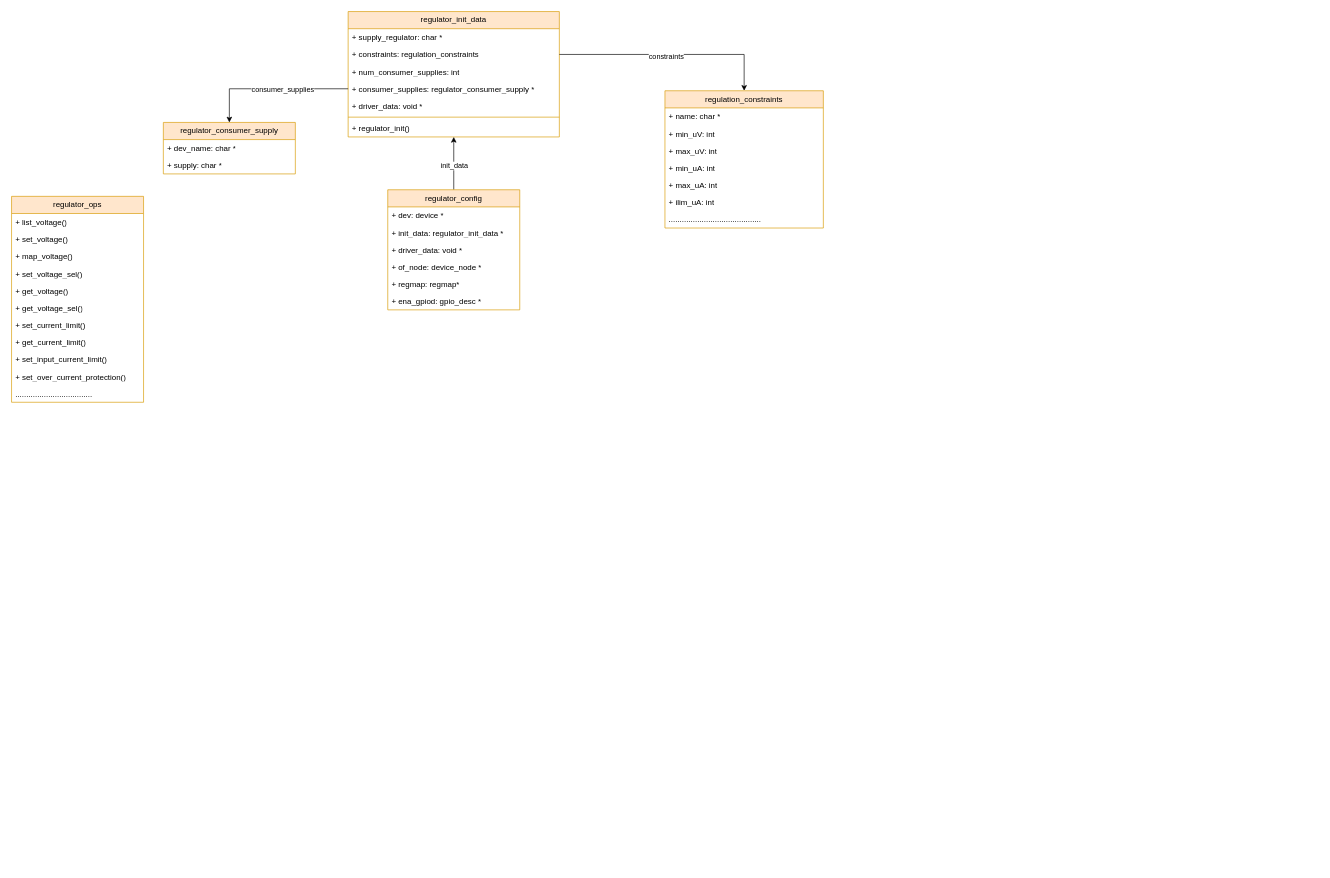
This is Regulator.drawio from Kaling1203/Diagram, a draw.io file, before an edit. Source tidied: cells renumbered, new cells numbered last; positions are measured from the earlier drawing's top-left corner, leaving out a move shared by most shapes. Both pictures are drawn from the tidied source at 66%, with x=0, y=0 at pixel (11, 11).
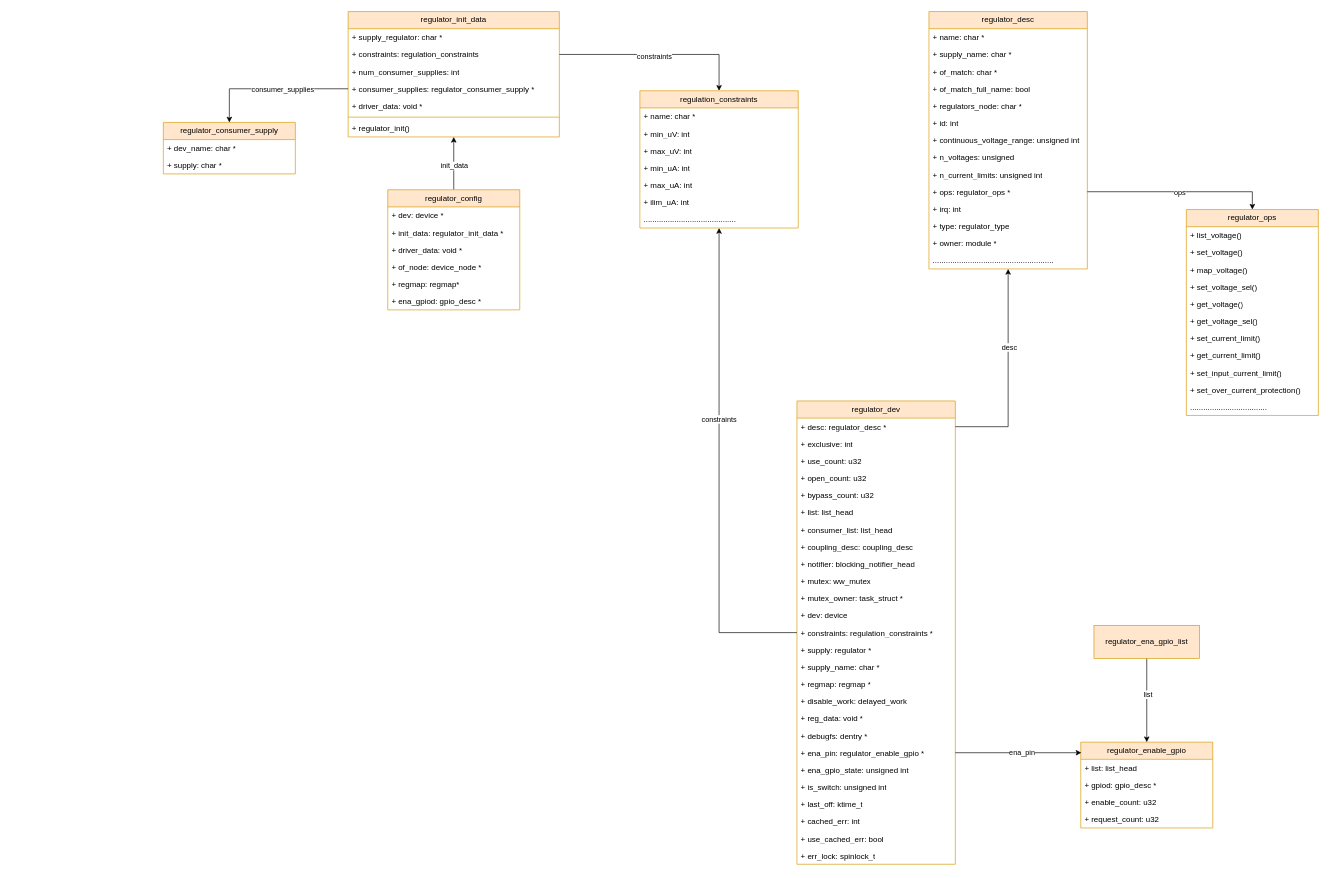
Above is the later version.

What changed in the source:
```diff
@@
     <mxCell id="15" value="regulation_constraints" style="swimlane;fontStyle=0;horizontal=1;startSize=26;fillColor=#ffe6cc;whiteSpace=wrap;html=1;strokeColor=#d79b00;" parent="1" vertex="1">
-      <mxGeometry x="990" y="120" width="240" height="208" as="geometry" />
+      <mxGeometry x="952" y="120" width="240" height="208" as="geometry" />
     </mxCell>
@@
     <mxCell id="25" value="regulator_ops" style="swimlane;fontStyle=0;horizontal=1;startSize=26;fillColor=#ffe6cc;whiteSpace=wrap;html=1;strokeColor=#d79b00;" parent="1" vertex="1">
-      <mxGeometry y="280" width="200" height="312" as="geometry" />
+      <mxGeometry x="1780" y="300" width="200" height="312" as="geometry" />
     </mxCell>
@@
+    <mxCell id="46" value="regulator_desc" style="swimlane;fontStyle=0;horizontal=1;startSize=26;fillColor=#ffe6cc;whiteSpace=wrap;html=1;strokeColor=#d79b00;" parent="1" vertex="1">
+      <mxGeometry x="1390" width="240" height="390" as="geometry" />
+    </mxCell>
+    <mxCell id="47" value="+ name: char *" style="text;strokeColor=none;fillColor=none;align=left;verticalAlign=top;spacingLeft=4;spacingRight=4;overflow=hidden;whiteSpace=wrap;html=1;" parent="46" vertex="1">
+      <mxGeometry y="26" width="240" height="26" as="geometry" />
+    </mxCell>
+    <mxCell id="48" value="+&amp;nbsp;supply_name: char *" style="text;strokeColor=none;fillColor=none;align=left;verticalAlign=top;spacingLeft=4;spacingRight=4;overflow=hidden;whiteSpace=wrap;html=1;" parent="46" vertex="1">
+      <mxGeometry y="52" width="240" height="26" as="geometry" />
+    </mxCell>
+    <mxCell id="49" value="+&amp;nbsp;of_match: char *" style="text;strokeColor=none;fillColor=none;align=left;verticalAlign=top;spacingLeft=4;spacingRight=4;overflow=hidden;whiteSpace=wrap;html=1;" parent="46" vertex="1">
+      <mxGeometry y="78" width="240" height="26" as="geometry" />
+    </mxCell>
+    <mxCell id="50" value="+&amp;nbsp;of_match_full_name: bool" style="text;strokeColor=none;fillColor=none;align=left;verticalAlign=top;spacingLeft=4;spacingRight=4;overflow=hidden;whiteSpace=wrap;html=1;" parent="46" vertex="1">
+      <mxGeometry y="104" width="240" height="26" as="geometry" />
+    </mxCell>
+    <mxCell id="51" value="+&amp;nbsp;regulators_node: char *" style="text;strokeColor=none;fillColor=none;align=left;verticalAlign=top;spacingLeft=4;spacingRight=4;overflow=hidden;whiteSpace=wrap;html=1;" parent="46" vertex="1">
+      <mxGeometry y="130" width="240" height="26" as="geometry" />
+    </mxCell>
+    <mxCell id="52" value="+ id: int" style="text;strokeColor=none;fillColor=none;align=left;verticalAlign=top;spacingLeft=4;spacingRight=4;overflow=hidden;whiteSpace=wrap;html=1;" parent="46" vertex="1">
+      <mxGeometry y="156" width="240" height="26" as="geometry" />
+    </mxCell>
+    <mxCell id="53" value="+&amp;nbsp;continuous_voltage_range: unsigned int" style="text;strokeColor=none;fillColor=none;align=left;verticalAlign=top;spacingLeft=4;spacingRight=4;overflow=hidden;whiteSpace=wrap;html=1;" parent="46" vertex="1">
+      <mxGeometry y="182" width="240" height="26" as="geometry" />
+    </mxCell>
+    <mxCell id="54" value="+&amp;nbsp;n_voltages:&amp;nbsp;unsigned" style="text;strokeColor=none;fillColor=none;align=left;verticalAlign=top;spacingLeft=4;spacingRight=4;overflow=hidden;whiteSpace=wrap;html=1;" parent="46" vertex="1">
+      <mxGeometry y="208" width="240" height="26" as="geometry" />
+    </mxCell>
+    <mxCell id="55" value="+&amp;nbsp;n_current_limits: unsigned int" style="text;strokeColor=none;fillColor=none;align=left;verticalAlign=top;spacingLeft=4;spacingRight=4;overflow=hidden;whiteSpace=wrap;html=1;" parent="46" vertex="1">
+      <mxGeometry y="234" width="240" height="26" as="geometry" />
+    </mxCell>
+    <mxCell id="56" value="+&amp;nbsp;ops:&amp;nbsp;regulator_ops *" style="text;strokeColor=none;fillColor=none;align=left;verticalAlign=top;spacingLeft=4;spacingRight=4;overflow=hidden;points=[[0,0.5],[1,0.5]];portConstraint=eastwest;whiteSpace=wrap;html=1;" parent="46" vertex="1">
+      <mxGeometry y="260" width="240" height="26" as="geometry" />
+    </mxCell>
+    <mxCell id="57" value="+ irq: int" style="text;strokeColor=none;fillColor=none;align=left;verticalAlign=top;spacingLeft=4;spacingRight=4;overflow=hidden;whiteSpace=wrap;html=1;" parent="46" vertex="1">
+      <mxGeometry y="286" width="240" height="26" as="geometry" />
+    </mxCell>
+    <mxCell id="58" value="+ type:&amp;nbsp;regulator_type" style="text;strokeColor=none;fillColor=none;align=left;verticalAlign=top;spacingLeft=4;spacingRight=4;overflow=hidden;whiteSpace=wrap;html=1;" parent="46" vertex="1">
+      <mxGeometry y="312" width="240" height="26" as="geometry" />
+    </mxCell>
+    <mxCell id="59" value="+&amp;nbsp;owner: module *" style="text;strokeColor=none;fillColor=none;align=left;verticalAlign=top;spacingLeft=4;spacingRight=4;overflow=hidden;whiteSpace=wrap;html=1;" parent="46" vertex="1">
+      <mxGeometry y="338" width="240" height="26" as="geometry" />
+    </mxCell>
+    <mxCell id="60" value="......................................................." style="text;strokeColor=none;fillColor=none;align=left;verticalAlign=top;spacingLeft=4;spacingRight=4;overflow=hidden;whiteSpace=wrap;html=1;" parent="46" vertex="1">
+      <mxGeometry y="364" width="240" height="26" as="geometry" />
+    </mxCell>
+    <mxCell id="61" style="edgeStyle=orthogonalEdgeStyle;rounded=0;jettySize=auto;html=1;entryX=0.5;entryY=0;entryDx=0;entryDy=0;" parent="1" edge="1" source="56" target="25">
+      <mxGeometry relative="1" as="geometry" />
+    </mxCell>
+    <mxCell id="62" value="ops" style="edgeLabel;html=1;align=center;verticalAlign=middle;" parent="61" vertex="1">
+      <mxGeometry relative="1" as="geometry" />
+    </mxCell>
+    <mxCell id="63" value="regulator_dev" style="swimlane;fontStyle=0;horizontal=1;startSize=26;fillColor=#ffe6cc;whiteSpace=wrap;html=1;strokeColor=#d79b00;" parent="1" vertex="1">
+      <mxGeometry x="1190" y="590" width="240" height="702" as="geometry" />
+    </mxCell>
+    <mxCell id="64" value="+ desc:&amp;nbsp;regulator_desc *" style="text;strokeColor=none;fillColor=none;align=left;verticalAlign=top;spacingLeft=4;spacingRight=4;overflow=hidden;points=[[0,0.5],[1,0.5]];portConstraint=eastwest;whiteSpace=wrap;html=1;" parent="63" vertex="1">
+      <mxGeometry y="26" width="240" height="26" as="geometry" />
+    </mxCell>
+    <mxCell id="65" value="+&amp;nbsp;exclusive: int" style="text;strokeColor=none;fillColor=none;align=left;verticalAlign=top;spacingLeft=4;spacingRight=4;overflow=hidden;whiteSpace=wrap;html=1;" parent="63" vertex="1">
+      <mxGeometry y="52" width="240" height="26" as="geometry" />
+    </mxCell>
+    <mxCell id="66" value="+&amp;nbsp;use_count: u32" style="text;strokeColor=none;fillColor=none;align=left;verticalAlign=top;spacingLeft=4;spacingRight=4;overflow=hidden;whiteSpace=wrap;html=1;" parent="63" vertex="1">
+      <mxGeometry y="78" width="240" height="26" as="geometry" />
+    </mxCell>
+    <mxCell id="67" value="+&amp;nbsp;open_count: u32" style="text;strokeColor=none;fillColor=none;align=left;verticalAlign=top;spacingLeft=4;spacingRight=4;overflow=hidden;whiteSpace=wrap;html=1;" parent="63" vertex="1">
+      <mxGeometry y="104" width="240" height="26" as="geometry" />
+    </mxCell>
+    <mxCell id="68" value="+&amp;nbsp;bypass_count: u32" style="text;strokeColor=none;fillColor=none;align=left;verticalAlign=top;spacingLeft=4;spacingRight=4;overflow=hidden;whiteSpace=wrap;html=1;" parent="63" vertex="1">
+      <mxGeometry y="130" width="240" height="26" as="geometry" />
+    </mxCell>
+    <mxCell id="69" value="+&amp;nbsp;list: list_head" style="text;strokeColor=none;fillColor=none;align=left;verticalAlign=top;spacingLeft=4;spacingRight=4;overflow=hidden;whiteSpace=wrap;html=1;" parent="63" vertex="1">
+      <mxGeometry y="156" width="240" height="26" as="geometry" />
+    </mxCell>
+    <mxCell id="70" value="+&amp;nbsp;consumer_list: list_head" style="text;strokeColor=none;fillColor=none;align=left;verticalAlign=top;spacingLeft=4;spacingRight=4;overflow=hidden;whiteSpace=wrap;html=1;" parent="63" vertex="1">
+      <mxGeometry y="182" width="240" height="26" as="geometry" />
+    </mxCell>
+    <mxCell id="71" value="+&amp;nbsp;coupling_desc:&amp;nbsp;coupling_desc" style="text;strokeColor=none;fillColor=none;align=left;verticalAlign=top;spacingLeft=4;spacingRight=4;overflow=hidden;whiteSpace=wrap;html=1;" parent="63" vertex="1">
+      <mxGeometry y="208" width="240" height="26" as="geometry" />
+    </mxCell>
+    <mxCell id="72" value="+&amp;nbsp;notifier:&amp;nbsp;blocking_notifier_head" style="text;strokeColor=none;fillColor=none;align=left;verticalAlign=top;spacingLeft=4;spacingRight=4;overflow=hidden;whiteSpace=wrap;html=1;" parent="63" vertex="1">
+      <mxGeometry y="234" width="240" height="26" as="geometry" />
+    </mxCell>
+    <mxCell id="73" value="+&amp;nbsp;mutex: ww_mutex" style="text;strokeColor=none;fillColor=none;align=left;verticalAlign=top;spacingLeft=4;spacingRight=4;overflow=hidden;whiteSpace=wrap;html=1;" parent="63" vertex="1">
+      <mxGeometry y="260" width="240" height="26" as="geometry" />
+    </mxCell>
+    <mxCell id="74" value="+&amp;nbsp;mutex_owner: task_struct *" style="text;strokeColor=none;fillColor=none;align=left;verticalAlign=top;spacingLeft=4;spacingRight=4;overflow=hidden;whiteSpace=wrap;html=1;" parent="63" vertex="1">
+      <mxGeometry y="286" width="240" height="26" as="geometry" />
+    </mxCell>
+    <mxCell id="75" value="+ dev: device" style="text;strokeColor=none;fillColor=none;align=left;verticalAlign=top;spacingLeft=4;spacingRight=4;overflow=hidden;whiteSpace=wrap;html=1;" parent="63" vertex="1">
+      <mxGeometry y="312" width="240" height="26" as="geometry" />
+    </mxCell>
+    <mxCell id="76" value="+ constraints: regulation_constraints *" style="text;strokeColor=none;fillColor=none;align=left;verticalAlign=top;spacingLeft=4;spacingRight=4;overflow=hidden;points=[[0,0.5],[1,0.5]];portConstraint=eastwest;whiteSpace=wrap;html=1;" parent="63" vertex="1">
+      <mxGeometry y="338" width="240" height="26" as="geometry" />
+    </mxCell>
+    <mxCell id="77" value="+ supply: regulator *" style="text;strokeColor=none;fillColor=none;align=left;verticalAlign=top;spacingLeft=4;spacingRight=4;overflow=hidden;whiteSpace=wrap;html=1;" parent="63" vertex="1">
+      <mxGeometry y="364" width="240" height="26" as="geometry" />
+    </mxCell>
+    <mxCell id="78" value="+&amp;nbsp;supply_name: char *" style="text;strokeColor=none;fillColor=none;align=left;verticalAlign=top;spacingLeft=4;spacingRight=4;overflow=hidden;whiteSpace=wrap;html=1;" parent="63" vertex="1">
+      <mxGeometry y="390" width="240" height="26" as="geometry" />
+    </mxCell>
+    <mxCell id="79" value="+&amp;nbsp;regmap: regmap *" style="text;strokeColor=none;fillColor=none;align=left;verticalAlign=top;spacingLeft=4;spacingRight=4;overflow=hidden;whiteSpace=wrap;html=1;" parent="63" vertex="1">
+      <mxGeometry y="416" width="240" height="26" as="geometry" />
+    </mxCell>
+    <mxCell id="80" value="+&amp;nbsp;disable_work: delayed_work" style="text;strokeColor=none;fillColor=none;align=left;verticalAlign=top;spacingLeft=4;spacingRight=4;overflow=hidden;whiteSpace=wrap;html=1;" parent="63" vertex="1">
+      <mxGeometry y="442" width="240" height="26" as="geometry" />
+    </mxCell>
+    <mxCell id="81" value="+&amp;nbsp;reg_data: void *" style="text;strokeColor=none;fillColor=none;align=left;verticalAlign=top;spacingLeft=4;spacingRight=4;overflow=hidden;whiteSpace=wrap;html=1;" parent="63" vertex="1">
+      <mxGeometry y="468" width="240" height="26" as="geometry" />
+    </mxCell>
+    <mxCell id="82" value="+ debugfs: dentry *" style="text;strokeColor=none;fillColor=none;align=left;verticalAlign=top;spacingLeft=4;spacingRight=4;overflow=hidden;whiteSpace=wrap;html=1;" parent="63" vertex="1">
+      <mxGeometry y="494" width="240" height="26" as="geometry" />
+    </mxCell>
+    <mxCell id="83" value="+ ena_pin: regulator_enable_gpio *" style="text;strokeColor=none;fillColor=none;align=left;verticalAlign=top;spacingLeft=4;spacingRight=4;overflow=hidden;points=[[0,0.5],[1,0.5]];portConstraint=eastwest;whiteSpace=wrap;html=1;" parent="63" vertex="1">
+      <mxGeometry y="520" width="240" height="26" as="geometry" />
+    </mxCell>
+    <mxCell id="84" value="+ ena_gpio_state: unsigned int" style="text;strokeColor=none;fillColor=none;align=left;verticalAlign=top;spacingLeft=4;spacingRight=4;overflow=hidden;whiteSpace=wrap;html=1;" parent="63" vertex="1">
+      <mxGeometry y="546" width="240" height="26" as="geometry" />
+    </mxCell>
+    <mxCell id="85" value="+ is_switch: unsigned int" style="text;strokeColor=none;fillColor=none;align=left;verticalAlign=top;spacingLeft=4;spacingRight=4;overflow=hidden;whiteSpace=wrap;html=1;" parent="63" vertex="1">
+      <mxGeometry y="572" width="240" height="26" as="geometry" />
+    </mxCell>
+    <mxCell id="86" value="+ last_off: ktime_t" style="text;strokeColor=none;fillColor=none;align=left;verticalAlign=top;spacingLeft=4;spacingRight=4;overflow=hidden;whiteSpace=wrap;html=1;" parent="63" vertex="1">
+      <mxGeometry y="598" width="240" height="26" as="geometry" />
+    </mxCell>
+    <mxCell id="87" value="+ cached_err: int" style="text;strokeColor=none;fillColor=none;align=left;verticalAlign=top;spacingLeft=4;spacingRight=4;overflow=hidden;whiteSpace=wrap;html=1;" parent="63" vertex="1">
+      <mxGeometry y="624" width="240" height="26" as="geometry" />
+    </mxCell>
+    <mxCell id="88" value="+ use_cached_err: bool" style="text;strokeColor=none;fillColor=none;align=left;verticalAlign=top;spacingLeft=4;spacingRight=4;overflow=hidden;whiteSpace=wrap;html=1;" parent="63" vertex="1">
+      <mxGeometry y="650" width="240" height="26" as="geometry" />
+    </mxCell>
+    <mxCell id="89" value="+ err_lock: spinlock_t" style="text;strokeColor=none;fillColor=none;align=left;verticalAlign=top;spacingLeft=4;spacingRight=4;overflow=hidden;whiteSpace=wrap;html=1;" parent="63" vertex="1">
+      <mxGeometry y="676" width="240" height="26" as="geometry" />
+    </mxCell>
+    <mxCell id="90" style="edgeStyle=orthogonalEdgeStyle;rounded=0;jettySize=auto;html=1;" parent="1" edge="1" source="64" target="46">
+      <mxGeometry relative="1" as="geometry" />
+    </mxCell>
+    <mxCell id="91" value="desc" style="edgeLabel;html=1;align=center;verticalAlign=middle;" parent="90" vertex="1">
+      <mxGeometry x="0.11" y="-4" relative="1" as="geometry">
+        <mxPoint x="-3" y="-24" as="offset" />
+      </mxGeometry>
+    </mxCell>
+    <mxCell id="92" style="edgeStyle=orthogonalEdgeStyle;rounded=0;jettySize=auto;html=1;" parent="1" edge="1" source="76" target="15">
+      <mxGeometry relative="1" as="geometry" />
+    </mxCell>
+    <mxCell id="93" value="constraints" style="edgeLabel;html=1;align=center;verticalAlign=middle;" parent="92" vertex="1">
+      <mxGeometry x="0.21" y="1" relative="1" as="geometry" />
+    </mxCell>
+    <mxCell id="94" value="regulator_enable_gpio" style="swimlane;fontStyle=0;horizontal=1;startSize=26;fillColor=#ffe6cc;whiteSpace=wrap;html=1;strokeColor=#d79b00;" parent="1" vertex="1">
+      <mxGeometry x="1620" y="1107" width="200" height="130" as="geometry" />
+    </mxCell>
+    <mxCell id="95" value="+ list: list_head" style="text;strokeColor=none;fillColor=none;align=left;verticalAlign=top;spacingLeft=4;spacingRight=4;overflow=hidden;whiteSpace=wrap;html=1;" parent="94" vertex="1">
+      <mxGeometry y="26" width="200" height="26" as="geometry" />
+    </mxCell>
+    <mxCell id="96" value="+ gpiod: gpio_desc *" style="text;strokeColor=none;fillColor=none;align=left;verticalAlign=top;spacingLeft=4;spacingRight=4;overflow=hidden;whiteSpace=wrap;html=1;" parent="94" vertex="1">
+      <mxGeometry y="52" width="200" height="26" as="geometry" />
+    </mxCell>
+    <mxCell id="97" value="+ enable_count: u32" style="text;strokeColor=none;fillColor=none;align=left;verticalAlign=top;spacingLeft=4;spacingRight=4;overflow=hidden;whiteSpace=wrap;html=1;" parent="94" vertex="1">
+      <mxGeometry y="78" width="200" height="26" as="geometry" />
+    </mxCell>
+    <mxCell id="98" value="+ request_count: u32" style="text;strokeColor=none;fillColor=none;align=left;verticalAlign=top;spacingLeft=4;spacingRight=4;overflow=hidden;whiteSpace=wrap;html=1;" parent="94" vertex="1">
+      <mxGeometry y="104" width="200" height="26" as="geometry" />
+    </mxCell>
+    <mxCell id="99" style="edgeStyle=orthogonalEdgeStyle;rounded=0;jettySize=auto;html=1;entryX=0.005;entryY=0.123;entryDx=0;entryDy=0;entryPerimeter=0;" parent="1" edge="1" source="83" target="94">
+      <mxGeometry relative="1" as="geometry" />
+    </mxCell>
+    <mxCell id="100" value="ena_pin" style="edgeLabel;html=1;align=center;verticalAlign=middle;" parent="99" vertex="1">
+      <mxGeometry x="0.14" y="2" relative="1" as="geometry">
+        <mxPoint x="-9" y="2" as="offset" />
+      </mxGeometry>
+    </mxCell>
+    <mxCell id="101" style="edgeStyle=orthogonalEdgeStyle;rounded=0;jettySize=auto;html=1;entryX=0.5;entryY=0;entryDx=0;entryDy=0;" parent="1" edge="1" source="103" target="94">
+      <mxGeometry relative="1" as="geometry" />
+    </mxCell>
+    <mxCell id="102" value="list" style="edgeLabel;html=1;align=center;verticalAlign=middle;" parent="101" vertex="1">
+      <mxGeometry x="-0.23" y="1" relative="1" as="geometry">
+        <mxPoint y="5" as="offset" />
+      </mxGeometry>
+    </mxCell>
+    <mxCell id="103" value="regulator_ena_gpio_list" style="html=1;whiteSpace=wrap;fillColor=#ffe6cc;strokeColor=#d79b00;" parent="1" vertex="1">
+      <mxGeometry x="1640" y="930" width="160" height="50" as="geometry" />
+    </mxCell>
```
